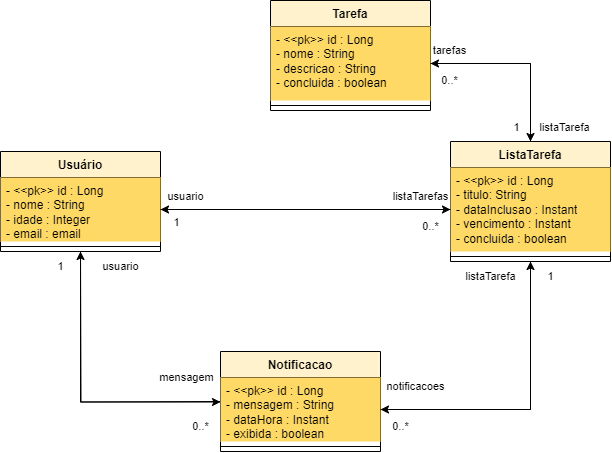
This is images/Modelo de domínio.png from DeivinsonPereira/GeniSys, a draw.io export, as it was before one commit. Source tidied: cells renumbered, new cells last; positions are measured from the earlier drawing's top-left corner, leaving out a move shared by most shapes.
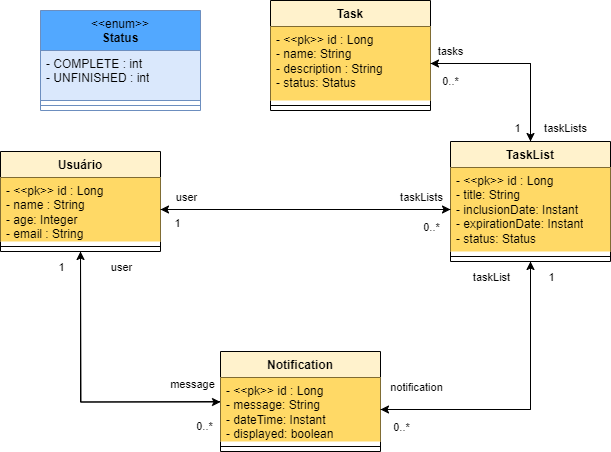
Above is the later version.

Commit message:
Enum created and translation of the domain model into English

Change to the diagram source:
```diff
@@ -8,7 +8,7 @@
     <mxCell id="3" value="Usuário" style="swimlane;fontStyle=1;align=center;verticalAlign=top;horizontal=1;startSize=26;whiteSpace=wrap;html=1;fillColor=#fff2cc;swimlaneFillColor=none;labelBackgroundColor=none;labelBorderColor=none;" parent="1" vertex="1">
       <mxGeometry y="151" width="160" height="100" as="geometry" />
     </mxCell>
-    <mxCell id="4" value="- &amp;lt;&amp;lt;pk&amp;gt;&amp;gt; id : Long&lt;br&gt;- nome : String&lt;br&gt;- idade : Integer&lt;br&gt;- email : email" style="text;strokeColor=none;fillColor=#FFD966;align=left;verticalAlign=top;spacingLeft=4;spacingRight=4;overflow=hidden;points=[[0,0.5],[1,0.5]];portConstraint=eastwest;whiteSpace=wrap;html=1;gradientColor=none;rounded=0;" parent="3" vertex="1">
+    <mxCell id="4" value="- &amp;lt;&amp;lt;pk&amp;gt;&amp;gt; id : Long&lt;br&gt;- name : String&lt;br&gt;-&amp;nbsp;age&lt;span style=&quot;background-color: initial;&quot;&gt;: Integer&lt;/span&gt;&lt;div style=&quot;background-color:#2f2f2f;padding:0px 0px 0px 2px;&quot;&gt;&lt;div style=&quot;color: rgb(170, 170, 170); font-family: Consolas; font-size: 10pt;&quot;&gt;&lt;p style=&quot;background-color:#373737;margin:0;&quot;&gt;&lt;span style=&quot;color:#d9e8f7;&quot;&gt;&lt;/span&gt;&lt;/p&gt;&lt;/div&gt;&lt;/div&gt;- email : String" style="text;strokeColor=none;fillColor=#FFD966;align=left;verticalAlign=top;spacingLeft=4;spacingRight=4;overflow=hidden;points=[[0,0.5],[1,0.5]];portConstraint=eastwest;whiteSpace=wrap;html=1;gradientColor=none;rounded=0;" parent="3" vertex="1">
       <mxGeometry y="26" width="160" height="64" as="geometry" />
     </mxCell>
     <mxCell id="5" style="line;strokeWidth=1;fillColor=none;align=left;verticalAlign=middle;spacingTop=-1;spacingLeft=3;spacingRight=3;labelPosition=right;strokeColor=inherit;shadow=0;gradientColor=none;" parent="3" vertex="1">
@@ -20,10 +20,10 @@
     <mxCell id="7" style="edgeStyle=orthogonalEdgeStyle;rounded=0;jettySize=auto;html=1;" parent="1" edge="1" source="8" target="31">
       <mxGeometry relative="1" as="geometry" />
     </mxCell>
-    <mxCell id="8" value="ListaTarefa" style="swimlane;fontStyle=1;align=center;verticalAlign=top;horizontal=1;startSize=26;whiteSpace=wrap;html=1;fillColor=#fff2cc;strokeColor=#000000;" parent="1" vertex="1">
+    <mxCell id="8" value="TaskList" style="swimlane;fontStyle=1;align=center;verticalAlign=top;horizontal=1;startSize=26;whiteSpace=wrap;html=1;fillColor=#fff2cc;strokeColor=#000000;" parent="1" vertex="1">
       <mxGeometry x="450" y="141" width="160" height="120" as="geometry" />
     </mxCell>
-    <mxCell id="9" value="- &amp;lt;&amp;lt;pk&amp;gt;&amp;gt; id : Long&lt;br style=&quot;border-color: var(--border-color);&quot;&gt;- titulo: String&lt;br&gt;- dataInclusao : Instant&lt;br&gt;- vencimento : Instant&lt;br&gt;- concluida : boolean" style="text;strokeColor=none;fillColor=#FFD966;align=left;verticalAlign=top;spacingLeft=4;spacingRight=4;overflow=hidden;points=[[0,0.5],[1,0.5]];portConstraint=eastwest;whiteSpace=wrap;html=1;" parent="8" vertex="1">
+    <mxCell id="9" value="- &amp;lt;&amp;lt;pk&amp;gt;&amp;gt; id : Long&lt;br style=&quot;border-color: var(--border-color);&quot;&gt;- title: String&lt;br&gt;-&amp;nbsp;inclusionDate&lt;span style=&quot;background-color: initial;&quot;&gt;: Instant&lt;/span&gt;&lt;div style=&quot;background-color:#2f2f2f;padding:0px 0px 0px 2px;&quot;&gt;&lt;div style=&quot;color: rgb(170, 170, 170); font-family: Consolas; font-size: 10pt;&quot;&gt;&lt;p style=&quot;background-color:#373737;margin:0;&quot;&gt;&lt;span style=&quot;color:#e6e6fa;&quot;&gt;&lt;/span&gt;&lt;/p&gt;&lt;/div&gt;&lt;/div&gt;-&amp;nbsp;expirationDate&lt;span style=&quot;background-color: initial;&quot;&gt;: Instant&lt;/span&gt;&lt;div style=&quot;background-color:#2f2f2f;padding:0px 0px 0px 2px;&quot;&gt;&lt;div style=&quot;color: rgb(170, 170, 170); font-family: Consolas; font-size: 10pt;&quot;&gt;&lt;p style=&quot;background-color:#373737;margin:0;&quot;&gt;&lt;span style=&quot;color:#e6e6fa;&quot;&gt;&lt;/span&gt;&lt;/p&gt;&lt;/div&gt;&lt;/div&gt;-&amp;nbsp;status&lt;span style=&quot;background-color: initial;&quot;&gt;: Status&lt;/span&gt;&lt;div style=&quot;background-color:#2f2f2f;padding:0px 0px 0px 2px;&quot;&gt;&lt;div style=&quot;color: rgb(170, 170, 170); font-family: Consolas; font-size: 10pt;&quot;&gt;&lt;p style=&quot;background-color:#373737;margin:0;&quot;&gt;&lt;span style=&quot;color:#e6e6fa;&quot;&gt;&lt;/span&gt;&lt;/p&gt;&lt;/div&gt;&lt;/div&gt;" style="text;strokeColor=none;fillColor=#FFD966;align=left;verticalAlign=top;spacingLeft=4;spacingRight=4;overflow=hidden;points=[[0,0.5],[1,0.5]];portConstraint=eastwest;whiteSpace=wrap;html=1;" parent="8" vertex="1">
       <mxGeometry y="26" width="160" height="84" as="geometry" />
     </mxCell>
     <mxCell id="10" style="line;strokeWidth=1;fillColor=#FFD966;align=left;verticalAlign=middle;spacingTop=-1;spacingLeft=3;spacingRight=3;labelPosition=right;strokeColor=inherit;" parent="8" vertex="1">
@@ -35,10 +35,10 @@
         <mxPoint x="80" y="251" as="targetPoint" />
       </mxGeometry>
     </mxCell>
-    <mxCell id="12" value="Notificacao" style="swimlane;fontStyle=1;align=center;verticalAlign=top;horizontal=1;startSize=26;whiteSpace=wrap;html=1;fillColor=#fff2cc;strokeColor=#000000;" parent="1" vertex="1">
+    <mxCell id="12" value="Notification" style="swimlane;fontStyle=1;align=center;verticalAlign=top;horizontal=1;startSize=26;whiteSpace=wrap;html=1;fillColor=#fff2cc;strokeColor=#000000;" parent="1" vertex="1">
       <mxGeometry x="220" y="351" width="160" height="100" as="geometry" />
     </mxCell>
-    <mxCell id="13" value="- &amp;lt;&amp;lt;pk&amp;gt;&amp;gt; id : Long&lt;br style=&quot;border-color: var(--border-color);&quot;&gt;- mensagem : String&lt;br&gt;- dataHora : Instant&lt;br&gt;- exibida : boolean" style="text;strokeColor=none;fillColor=#FFD966;align=left;verticalAlign=top;spacingLeft=4;spacingRight=4;overflow=hidden;points=[[0,0.5],[1,0.5]];portConstraint=eastwest;whiteSpace=wrap;html=1;" parent="12" vertex="1">
+    <mxCell id="13" value="- &amp;lt;&amp;lt;pk&amp;gt;&amp;gt; id : Long&lt;br style=&quot;border-color: var(--border-color);&quot;&gt;- message: String&lt;br&gt;-&amp;nbsp;dateTime&lt;span style=&quot;background-color: initial;&quot;&gt;: Instant&lt;/span&gt;&lt;div style=&quot;background-color:#2f2f2f;padding:0px 0px 0px 2px;&quot;&gt;&lt;div style=&quot;color: rgb(170, 170, 170); font-family: Consolas; font-size: 10pt;&quot;&gt;&lt;p style=&quot;background-color:#373737;margin:0;&quot;&gt;&lt;span style=&quot;color:#d9e8f7;&quot;&gt;&lt;/span&gt;&lt;/p&gt;&lt;/div&gt;&lt;/div&gt;-&amp;nbsp;displayed&lt;span style=&quot;background-color: initial;&quot;&gt;: boolean&lt;/span&gt;&lt;div style=&quot;background-color:#2f2f2f;padding:0px 0px 0px 2px;&quot;&gt;&lt;div style=&quot;color: rgb(170, 170, 170); font-family: Consolas; font-size: 10pt;&quot;&gt;&lt;p style=&quot;background-color:#373737;margin:0;&quot;&gt;&lt;span style=&quot;color:#d9e8f7;&quot;&gt;&lt;/span&gt;&lt;/p&gt;&lt;/div&gt;&lt;/div&gt;" style="text;strokeColor=none;fillColor=#FFD966;align=left;verticalAlign=top;spacingLeft=4;spacingRight=4;overflow=hidden;points=[[0,0.5],[1,0.5]];portConstraint=eastwest;whiteSpace=wrap;html=1;" parent="12" vertex="1">
       <mxGeometry y="26" width="160" height="64" as="geometry" />
     </mxCell>
     <mxCell id="14" style="line;strokeWidth=1;fillColor=none;align=left;verticalAlign=middle;spacingTop=-1;spacingLeft=3;spacingRight=3;labelPosition=right;strokeColor=inherit;" parent="12" vertex="1">
@@ -50,7 +50,7 @@
     <mxCell id="16" style="edgeStyle=orthogonalEdgeStyle;rounded=0;jettySize=auto;html=1;entryX=1;entryY=0.5;entryDx=0;entryDy=0;" parent="1" edge="1" source="9" target="4">
       <mxGeometry relative="1" as="geometry" />
     </mxCell>
-    <mxCell id="17" value="usuario" style="edgeLabel;html=1;align=center;verticalAlign=middle;" parent="16" vertex="1">
+    <mxCell id="17" value="user" style="edgeLabel;html=1;align=center;verticalAlign=middle;" parent="16" vertex="1">
       <mxGeometry x="0.9" y="-1" relative="1" as="geometry">
         <mxPoint x="10" y="-12" as="offset" />
       </mxGeometry>
@@ -60,7 +60,7 @@
         <mxPoint x="-26" y="10" as="offset" />
       </mxGeometry>
     </mxCell>
-    <mxCell id="19" value="listaTarefas" style="edgeLabel;html=1;align=center;verticalAlign=middle;" parent="16" vertex="1">
+    <mxCell id="19" value="taskLists" style="edgeLabel;html=1;align=center;verticalAlign=middle;" parent="16" vertex="1">
       <mxGeometry x="0.71" y="3" relative="1" as="geometry">
         <mxPoint x="218" y="-16" as="offset" />
       </mxGeometry>
@@ -70,7 +70,7 @@
         <mxPoint x="228" y="14" as="offset" />
       </mxGeometry>
     </mxCell>
-    <mxCell id="21" value="listaTarefa" style="edgeLabel;html=1;align=center;verticalAlign=middle;" parent="16" vertex="1">
+    <mxCell id="21" value="taskList" style="edgeLabel;html=1;align=center;verticalAlign=middle;" parent="16" vertex="1">
       <mxGeometry x="0.71" y="3" relative="1" as="geometry">
         <mxPoint x="288" y="64" as="offset" />
       </mxGeometry>
@@ -80,7 +80,7 @@
         <mxPoint x="348" y="64" as="offset" />
       </mxGeometry>
     </mxCell>
-    <mxCell id="23" value="notificacoes" style="edgeLabel;html=1;align=center;verticalAlign=middle;" parent="16" vertex="1">
+    <mxCell id="23" value="notification" style="edgeLabel;html=1;align=center;verticalAlign=middle;" parent="16" vertex="1">
       <mxGeometry x="0.71" y="3" relative="1" as="geometry">
         <mxPoint x="213" y="174" as="offset" />
       </mxGeometry>
@@ -90,17 +90,17 @@
         <mxPoint x="198" y="214" as="offset" />
       </mxGeometry>
     </mxCell>
-    <mxCell id="25" value="mensagem" style="edgeLabel;html=1;align=center;verticalAlign=middle;" parent="16" vertex="1">
+    <mxCell id="25" value="message" style="edgeLabel;html=1;align=center;verticalAlign=middle;" parent="16" vertex="1">
       <mxGeometry x="0.71" y="3" relative="1" as="geometry">
-        <mxPoint x="-16" y="165" as="offset" />
+        <mxPoint x="-11" y="171" as="offset" />
       </mxGeometry>
     </mxCell>
     <mxCell id="26" value="0..*" style="edgeLabel;html=1;align=center;verticalAlign=middle;" parent="16" vertex="1">
       <mxGeometry x="0.71" y="3" relative="1" as="geometry">
-        <mxPoint x="-2" y="214" as="offset" />
+        <mxPoint x="1" y="213" as="offset" />
       </mxGeometry>
     </mxCell>
-    <mxCell id="27" value="usuario" style="edgeLabel;html=1;align=center;verticalAlign=middle;" parent="16" vertex="1">
+    <mxCell id="27" value="user" style="edgeLabel;html=1;align=center;verticalAlign=middle;" parent="16" vertex="1">
       <mxGeometry x="0.71" y="3" relative="1" as="geometry">
         <mxPoint x="-82" y="54" as="offset" />
       </mxGeometry>
@@ -113,10 +113,10 @@
     <mxCell id="29" style="edgeStyle=orthogonalEdgeStyle;rounded=0;jettySize=auto;html=1;entryX=0.5;entryY=1;entryDx=0;entryDy=0;" parent="1" edge="1" source="13" target="8">
       <mxGeometry relative="1" as="geometry" />
     </mxCell>
-    <mxCell id="30" value="Tarefa" style="swimlane;fontStyle=1;align=center;verticalAlign=top;horizontal=1;startSize=26;whiteSpace=wrap;html=1;fillColor=#fff2cc;strokeColor=#000000;" parent="1" vertex="1">
+    <mxCell id="30" value="Task" style="swimlane;fontStyle=1;align=center;verticalAlign=top;horizontal=1;startSize=26;whiteSpace=wrap;html=1;fillColor=#fff2cc;strokeColor=#000000;" parent="1" vertex="1">
       <mxGeometry x="270" width="160" height="110" as="geometry" />
     </mxCell>
-    <mxCell id="31" value="- &amp;lt;&amp;lt;pk&amp;gt;&amp;gt; id : Long&lt;br style=&quot;border-color: var(--border-color);&quot;&gt;- nome : String&lt;br&gt;- descricao : String&lt;br&gt;- concluida : boolean" style="text;strokeColor=none;fillColor=#FFD966;align=left;verticalAlign=top;spacingLeft=4;spacingRight=4;overflow=hidden;points=[[0,0.5],[1,0.5]];portConstraint=eastwest;whiteSpace=wrap;html=1;" parent="30" vertex="1">
+    <mxCell id="31" value="- &amp;lt;&amp;lt;pk&amp;gt;&amp;gt; id : Long&lt;br style=&quot;border-color: var(--border-color);&quot;&gt;- name: String&lt;br&gt;- description : String&lt;br&gt;- status: Status" style="text;strokeColor=none;fillColor=#FFD966;align=left;verticalAlign=top;spacingLeft=4;spacingRight=4;overflow=hidden;points=[[0,0.5],[1,0.5]];portConstraint=eastwest;whiteSpace=wrap;html=1;" parent="30" vertex="1">
       <mxGeometry y="26" width="160" height="74" as="geometry" />
     </mxCell>
     <mxCell id="32" style="line;strokeWidth=1;fillColor=#FFD966;align=left;verticalAlign=middle;spacingTop=-1;spacingLeft=3;spacingRight=3;labelPosition=right;strokeColor=inherit;" parent="30" vertex="1">
@@ -125,7 +125,7 @@
     <mxCell id="33" style="edgeStyle=orthogonalEdgeStyle;rounded=0;jettySize=auto;html=1;entryX=0.5;entryY=0;entryDx=0;entryDy=0;" parent="1" edge="1" source="31" target="8">
       <mxGeometry relative="1" as="geometry" />
     </mxCell>
-    <mxCell id="34" value="tarefas" style="edgeLabel;html=1;align=center;verticalAlign=middle;" parent="33" vertex="1">
+    <mxCell id="34" value="tasks" style="edgeLabel;html=1;align=center;verticalAlign=middle;" parent="33" vertex="1">
       <mxGeometry x="-0.85" y="-1" relative="1" as="geometry">
         <mxPoint x="6" y="-14" as="offset" />
       </mxGeometry>
@@ -140,10 +140,19 @@
         <mxPoint x="73" y="63" as="offset" />
       </mxGeometry>
     </mxCell>
-    <mxCell id="37" value="listaTarefa" style="edgeLabel;html=1;align=center;verticalAlign=middle;" parent="33" vertex="1">
+    <mxCell id="37" value="taskLists" style="edgeLabel;html=1;align=center;verticalAlign=middle;" parent="33" vertex="1">
       <mxGeometry x="-0.85" y="-1" relative="1" as="geometry">
         <mxPoint x="121" y="63" as="offset" />
       </mxGeometry>
     </mxCell>
+    <mxCell id="38" value="&lt;span style=&quot;font-weight: normal;&quot;&gt;&amp;lt;&amp;lt;enum&amp;gt;&amp;gt;&lt;/span&gt;&lt;br&gt;Status" style="swimlane;fontStyle=1;align=center;verticalAlign=top;horizontal=1;startSize=40;whiteSpace=wrap;html=1;fillColor=#52A8FF;strokeColor=#6c8ebf;" parent="1" vertex="1">
+      <mxGeometry x="40" y="10" width="160" height="100" as="geometry" />
+    </mxCell>
+    <mxCell id="39" value="- COMPLETE : int&lt;br&gt;- UNFINISHED : int" style="text;strokeColor=#6c8ebf;fillColor=#dae8fc;align=left;verticalAlign=top;spacingLeft=4;spacingRight=4;overflow=hidden;whiteSpace=wrap;html=1;" parent="38" vertex="1">
+      <mxGeometry y="40" width="160" height="50" as="geometry" />
+    </mxCell>
+    <mxCell id="40" style="line;strokeWidth=1;fillColor=#FFD966;align=left;verticalAlign=middle;spacingTop=-1;spacingLeft=3;spacingRight=3;labelPosition=right;strokeColor=inherit;" parent="38" vertex="1">
+      <mxGeometry y="90" width="160" height="10" as="geometry" />
+    </mxCell>
   </root>
 </mxGraphModel>
```
